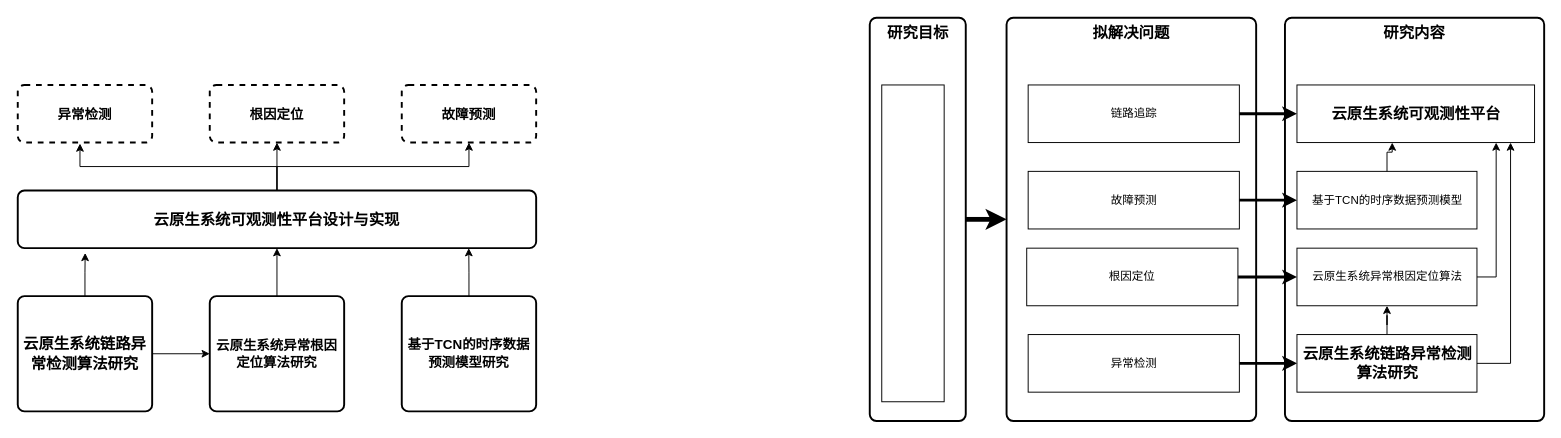
Before: page "研究框架" (11 of 11) of shrine-doc/论文相关.drawio in easefulfil/CLOUDCARE, a draw.io diagram. Source tidied: cells renumbered, new cells numbered last; positions are measured from the earlier drawing's top-left corner, leaving out a move shared by most shapes. Both pictures are drawn from the tidied source at 96%, with x=0, y=0 at pixel (17, 17).
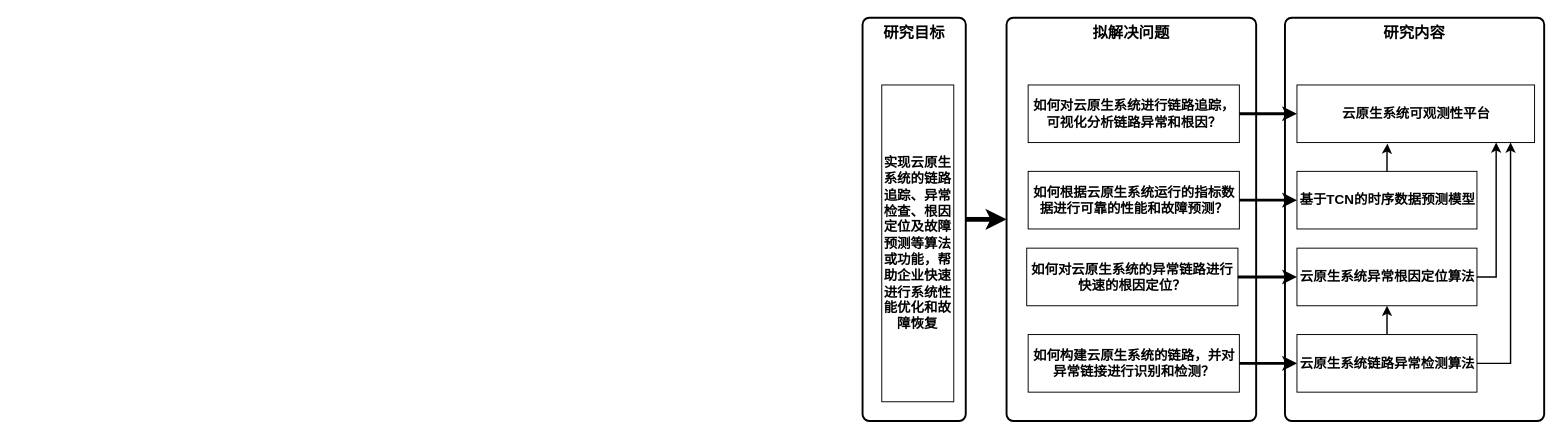
Above is the later version.

Commit message:
更新论文相关.drawio

The edit, as a diff of the source:
```diff
@@
-    <mxCell id="2" style="edgeStyle=orthogonalEdgeStyle;rounded=0;jettySize=auto;html=1;entryX=0;entryY=0.5;entryDx=0;entryDy=0;fontStyle=1;" parent="1" edge="1" source="3" target="5">
-      <mxGeometry relative="1" as="geometry" />
-    </mxCell>
-    <mxCell id="3" value="&lt;a style=&quot;border-color: var(--border-color); font-size: medium; text-align: start;&quot; name=&quot;_Toc151924756&quot;&gt;云原生系统链路异常检测算法研究&lt;/a&gt;" style="rounded=1;whiteSpace=wrap;html=1;absoluteArcSize=1;arcSize=14;strokeWidth=2;fontSize=14;fontStyle=1;" parent="1" vertex="1">
-      <mxGeometry y="290" width="140" height="120" as="geometry" />
-    </mxCell>
-    <mxCell id="4" style="edgeStyle=orthogonalEdgeStyle;rounded=0;jettySize=auto;html=1;fontStyle=1;" parent="1" edge="1" source="5" target="10">
-      <mxGeometry relative="1" as="geometry" />
-    </mxCell>
-    <mxCell id="5" value="云原生系统异常根因定位算法研究" style="rounded=1;whiteSpace=wrap;html=1;absoluteArcSize=1;arcSize=14;strokeWidth=2;fontSize=14;fontStyle=1;" parent="1" vertex="1">
-      <mxGeometry x="200" y="290" width="140" height="120" as="geometry" />
-    </mxCell>
-    <mxCell id="6" style="edgeStyle=orthogonalEdgeStyle;rounded=0;jettySize=auto;html=1;entryX=0.87;entryY=1;entryDx=0;entryDy=0;entryPerimeter=0;fontStyle=1;" parent="1" edge="1" source="7" target="10">
-      <mxGeometry relative="1" as="geometry" />
-    </mxCell>
-    <mxCell id="7" value="基于TCN的时序数据预测模型研究&lt;span style=&quot;font-size: medium; text-align: start;&quot;&gt;&lt;/span&gt;" style="rounded=1;whiteSpace=wrap;html=1;absoluteArcSize=1;arcSize=14;strokeWidth=2;fontSize=14;fontStyle=1;" parent="1" vertex="1">
-      <mxGeometry x="400" y="290" width="140" height="120" as="geometry" />
-    </mxCell>
-    <mxCell id="8" style="edgeStyle=orthogonalEdgeStyle;rounded=0;jettySize=auto;html=1;fontStyle=1;" parent="1" edge="1" source="10" target="11">
-      <mxGeometry relative="1" as="geometry" />
-    </mxCell>
-    <mxCell id="9" style="edgeStyle=orthogonalEdgeStyle;rounded=0;jettySize=auto;html=1;entryX=0.5;entryY=1;entryDx=0;entryDy=0;fontStyle=1;" parent="1" edge="1" source="10" target="13">
-      <mxGeometry relative="1" as="geometry" />
-    </mxCell>
-    <mxCell id="10" value="&lt;a style=&quot;font-size: medium; text-align: start;&quot; name=&quot;_Toc151924756&quot;&gt;云原生系统可观测性平台设计与实现&lt;br&gt;&lt;/a&gt;&lt;span style=&quot;font-size: medium; text-align: start;&quot;&gt;&lt;/span&gt;" style="rounded=1;whiteSpace=wrap;html=1;absoluteArcSize=1;arcSize=14;strokeWidth=2;fontSize=14;fontStyle=1;" parent="1" vertex="1">
-      <mxGeometry y="180" width="540" height="60" as="geometry" />
-    </mxCell>
-    <mxCell id="11" value="根因定位&lt;span style=&quot;font-size: medium; text-align: start;&quot;&gt;&lt;/span&gt;" style="rounded=1;whiteSpace=wrap;html=1;absoluteArcSize=1;arcSize=14;strokeWidth=2;fontSize=14;fontStyle=1;dashed=1;" parent="1" vertex="1">
-      <mxGeometry x="200" y="70" width="140" height="60" as="geometry" />
-    </mxCell>
-    <mxCell id="12" value="异常检测&lt;span style=&quot;font-size: medium; text-align: start;&quot;&gt;&lt;/span&gt;" style="rounded=1;whiteSpace=wrap;html=1;absoluteArcSize=1;arcSize=14;strokeWidth=2;fontSize=14;fontStyle=1;dashed=1;" parent="1" vertex="1">
-      <mxGeometry y="70" width="140" height="60" as="geometry" />
-    </mxCell>
-    <mxCell id="13" value="故障预测&lt;span style=&quot;font-size: medium; text-align: start;&quot;&gt;&lt;/span&gt;" style="rounded=1;whiteSpace=wrap;html=1;absoluteArcSize=1;arcSize=14;strokeWidth=2;fontSize=14;fontStyle=1;dashed=1;" parent="1" vertex="1">
-      <mxGeometry x="400" y="70" width="140" height="60" as="geometry" />
-    </mxCell>
-    <mxCell id="14" style="edgeStyle=orthogonalEdgeStyle;rounded=0;jettySize=auto;html=1;entryX=0.13;entryY=1.083;entryDx=0;entryDy=0;entryPerimeter=0;fontStyle=1;" parent="1" edge="1" source="3" target="10">
-      <mxGeometry relative="1" as="geometry" />
-    </mxCell>
-    <mxCell id="15" style="edgeStyle=orthogonalEdgeStyle;rounded=0;jettySize=auto;html=1;entryX=0.463;entryY=1.017;entryDx=0;entryDy=0;entryPerimeter=0;fontStyle=1;" parent="1" edge="1" source="10" target="12">
-      <mxGeometry relative="1" as="geometry" />
-    </mxCell>
@@
     <mxCell id="17" value="&lt;div style=&quot;text-align: start;&quot;&gt;&lt;span style=&quot;background-color: initial;&quot;&gt;&lt;font size=&quot;3&quot;&gt;研究目标&lt;/font&gt;&lt;/span&gt;&lt;/div&gt;" style="rounded=1;whiteSpace=wrap;html=1;absoluteArcSize=1;arcSize=14;strokeWidth=2;fontSize=14;fontStyle=1;verticalAlign=top;" parent="1" vertex="1">
-      <mxGeometry x="887.5" width="100" height="420" as="geometry" />
+      <mxGeometry x="880" width="107.5" height="420" as="geometry" />
     </mxCell>
-    <mxCell id="18" style="rounded=0;whiteSpace=wrap;html=1;" parent="1" vertex="1">
-      <mxGeometry x="900" y="70" width="65" height="330" as="geometry" />
+    <mxCell id="18" value="&lt;font style=&quot;font-size: 14px;&quot;&gt;&lt;b&gt;&lt;span style=&quot;text-align: start; font-family: 仿宋_GB2312; font-size: 14px;&quot;&gt;实现云原生系统的&lt;/span&gt;&lt;span style=&quot;text-align: start; font-family: 仿宋_GB2312; font-size: 14px;&quot;&gt;链路追踪、异常检查、根因定位及故障预测等算法或功能，帮助&lt;/span&gt;&lt;span style=&quot;text-align: start; font-size: 14px;&quot;&gt;&lt;/span&gt;企业快速进行系统性能优化和故障恢复&lt;br style=&quot;font-size: 14px;&quot;&gt;&lt;/b&gt;&lt;/font&gt;&lt;span style=&quot;font-size: 14px; text-align: start;&quot;&gt;&lt;/span&gt;" style="rounded=0;whiteSpace=wrap;html=1;fontSize=14;" parent="1" vertex="1">
+      <mxGeometry x="900" y="70" width="75" height="330" as="geometry" />
     </mxCell>
@@
-    <mxCell id="20" value="链路追踪" style="rounded=0;whiteSpace=wrap;html=1;" parent="1" vertex="1">
+    <mxCell id="20" value="如何对云原生系统进行链路追踪，可视化分析链路异常和根因？" style="rounded=0;whiteSpace=wrap;html=1;fontStyle=1;fontSize=14;" parent="1" vertex="1">
       <mxGeometry x="1052.5" y="70" width="220" height="60" as="geometry" />
     </mxCell>
-    <mxCell id="21" value="故障预测" style="rounded=0;whiteSpace=wrap;html=1;" parent="1" vertex="1">
+    <mxCell id="21" value="如何根据云原生系统运行的指标数据进行可靠的性能和故障预测？" style="rounded=0;whiteSpace=wrap;html=1;fontStyle=1;fontSize=14;" parent="1" vertex="1">
       <mxGeometry x="1052.5" y="160" width="220" height="60" as="geometry" />
     </mxCell>
-    <mxCell id="22" value="根因定位" style="rounded=0;whiteSpace=wrap;html=1;" parent="1" vertex="1">
+    <mxCell id="22" value="如何对云原生系统的异常链路进行快速的根因定位？" style="rounded=0;whiteSpace=wrap;html=1;fontStyle=1;fontSize=14;" parent="1" vertex="1">
       <mxGeometry x="1051" y="240" width="220" height="60" as="geometry" />
     </mxCell>
-    <mxCell id="23" value="异常检测" style="rounded=0;whiteSpace=wrap;html=1;" parent="1" vertex="1">
+    <mxCell id="23" value="如何构建云原生系统的链路，并对异常链接进行识别和检测？" style="rounded=0;whiteSpace=wrap;html=1;fontStyle=1;fontSize=14;" parent="1" vertex="1">
       <mxGeometry x="1052.5" y="330" width="220" height="60" as="geometry" />
     </mxCell>
@@
-    <mxCell id="25" value="&lt;a style=&quot;border-color: var(--border-color); font-weight: 700; font-size: medium; text-align: start;&quot; name=&quot;_Toc151924756&quot;&gt;云原生系统可观测性平台&lt;br style=&quot;border-color: var(--border-color);&quot;&gt;&lt;/a&gt;" style="rounded=0;whiteSpace=wrap;html=1;" parent="1" vertex="1">
+    <mxCell id="25" value="&lt;a style=&quot;border-color: var(--border-color); text-align: start; font-size: 14px;&quot; name=&quot;_Toc151924756&quot;&gt;&lt;font style=&quot;font-size: 14px;&quot;&gt;云原生系统可观测性平台&lt;/font&gt;&lt;br style=&quot;border-color: var(--border-color); font-size: 14px;&quot;&gt;&lt;/a&gt;" style="rounded=0;whiteSpace=wrap;html=1;fontStyle=1;fontSize=14;" parent="1" vertex="1">
       <mxGeometry x="1332.5" y="70" width="247.5" height="60" as="geometry" />
     </mxCell>
-    <mxCell id="26" value="云原生系统异常根因定位算法" style="rounded=0;whiteSpace=wrap;html=1;" parent="1" vertex="1">
+    <mxCell id="26" value="云原生系统异常根因定位算法" style="rounded=0;whiteSpace=wrap;html=1;fontStyle=1;fontSize=14;" parent="1" vertex="1">
       <mxGeometry x="1332.5" y="240" width="187.5" height="60" as="geometry" />
     </mxCell>
-    <mxCell id="27" style="edgeStyle=orthogonalEdgeStyle;rounded=0;jettySize=auto;html=1;" parent="1" edge="1" source="28" target="26">
+    <mxCell id="27" style="edgeStyle=orthogonalEdgeStyle;rounded=0;jettySize=auto;html=1;strokeWidth=1.5;fontStyle=1;fontSize=14;" parent="1" edge="1" source="28" target="26">
       <mxGeometry relative="1" as="geometry" />
     </mxCell>
-    <mxCell id="28" value="&lt;a style=&quot;border-color: var(--border-color); font-weight: 700; font-size: medium; text-align: start;&quot; name=&quot;_Toc151924756&quot;&gt;云原生系统链路异常检测算法研究&lt;/a&gt;" style="rounded=0;whiteSpace=wrap;html=1;" parent="1" vertex="1">
+    <mxCell id="28" value="&lt;a style=&quot;border-color: var(--border-color); text-align: start; font-size: 14px;&quot; name=&quot;_Toc151924756&quot;&gt;&lt;font style=&quot;font-size: 14px;&quot;&gt;云原生系统链路异常检测算法&lt;/font&gt;&lt;/a&gt;" style="rounded=0;whiteSpace=wrap;html=1;fontStyle=1;fontSize=14;" parent="1" vertex="1">
       <mxGeometry x="1332.5" y="330" width="187.5" height="60" as="geometry" />
     </mxCell>
-    <mxCell id="29" style="edgeStyle=orthogonalEdgeStyle;rounded=0;jettySize=auto;html=1;entryX=0;entryY=0.5;entryDx=0;entryDy=0;strokeWidth=3;" parent="1" edge="1" source="20" target="25">
+    <mxCell id="29" style="edgeStyle=orthogonalEdgeStyle;rounded=0;jettySize=auto;html=1;entryX=0;entryY=0.5;entryDx=0;entryDy=0;strokeWidth=3;fontStyle=1;fontSize=14;" parent="1" edge="1" source="20" target="25">
       <mxGeometry relative="1" as="geometry" />
     </mxCell>
-    <mxCell id="30" style="edgeStyle=orthogonalEdgeStyle;rounded=0;jettySize=auto;html=1;" parent="1" edge="1" source="26">
+    <mxCell id="30" style="edgeStyle=orthogonalEdgeStyle;rounded=0;jettySize=auto;html=1;strokeWidth=1.5;fontStyle=1;fontSize=14;" parent="1" edge="1" source="26">
       <mxGeometry relative="1" as="geometry">
         <mxPoint x="1540" y="130" as="targetPoint" />
         <Array as="points">
           <mxPoint x="1540" y="270" />
           <mxPoint x="1540" y="133" />
         </Array>
       </mxGeometry>
     </mxCell>
-    <mxCell id="31" style="edgeStyle=orthogonalEdgeStyle;rounded=0;jettySize=auto;html=1;" parent="1" edge="1" source="28">
+    <mxCell id="31" style="edgeStyle=orthogonalEdgeStyle;rounded=0;jettySize=auto;html=1;strokeWidth=1.5;fontStyle=1;fontSize=14;" parent="1" edge="1" source="28">
       <mxGeometry relative="1" as="geometry">
         <mxPoint x="1555" y="130" as="targetPoint" />
         <Array as="points">
           <mxPoint x="1555" y="360" />
         </Array>
       </mxGeometry>
     </mxCell>
-    <mxCell id="32" value="基于TCN的时序数据预测模型" style="rounded=0;whiteSpace=wrap;html=1;" parent="1" vertex="1">
+    <mxCell id="32" value="基于TCN的时序数据预测模型" style="rounded=0;whiteSpace=wrap;html=1;fontStyle=1;fontSize=14;" parent="1" vertex="1">
       <mxGeometry x="1332.5" y="160" width="187.5" height="60" as="geometry" />
     </mxCell>
-    <mxCell id="33" style="edgeStyle=orthogonalEdgeStyle;rounded=0;jettySize=auto;html=1;entryX=0.401;entryY=1;entryDx=0;entryDy=0;entryPerimeter=0;" parent="1" edge="1" source="32" target="25">
-      <mxGeometry relative="1" as="geometry" />
-    </mxCell>
-    <mxCell id="34" style="edgeStyle=orthogonalEdgeStyle;rounded=0;jettySize=auto;html=1;entryX=0;entryY=0.5;entryDx=0;entryDy=0;strokeWidth=3;" parent="1" edge="1" source="21" target="32">
+    <mxCell id="34" style="edgeStyle=orthogonalEdgeStyle;rounded=0;jettySize=auto;html=1;entryX=0;entryY=0.5;entryDx=0;entryDy=0;strokeWidth=3;fontStyle=1;fontSize=14;" parent="1" edge="1" source="21" target="32">
       <mxGeometry relative="1" as="geometry" />
     </mxCell>
-    <mxCell id="35" style="edgeStyle=orthogonalEdgeStyle;rounded=0;jettySize=auto;html=1;entryX=0;entryY=0.5;entryDx=0;entryDy=0;strokeWidth=3;" parent="1" edge="1" source="22" target="26">
+    <mxCell id="35" style="edgeStyle=orthogonalEdgeStyle;rounded=0;jettySize=auto;html=1;entryX=0;entryY=0.5;entryDx=0;entryDy=0;strokeWidth=3;fontStyle=1;fontSize=14;" parent="1" edge="1" source="22" target="26">
       <mxGeometry relative="1" as="geometry" />
     </mxCell>
-    <mxCell id="36" style="edgeStyle=orthogonalEdgeStyle;rounded=0;jettySize=auto;html=1;strokeWidth=3;" parent="1" edge="1" source="23" target="28">
+    <mxCell id="36" style="edgeStyle=orthogonalEdgeStyle;rounded=0;jettySize=auto;html=1;strokeWidth=3;fontStyle=1;fontSize=14;" parent="1" edge="1" source="23" target="28">
       <mxGeometry relative="1" as="geometry" />
     </mxCell>
+    <mxCell id="33" style="edgeStyle=orthogonalEdgeStyle;rounded=0;jettySize=auto;html=1;entryX=0.381;entryY=1.018;entryDx=0;entryDy=0;entryPerimeter=0;strokeWidth=1.5;fontStyle=1;fontSize=14;" parent="1" edge="1" source="32" target="25">
+      <mxGeometry relative="1" as="geometry" />
+    </mxCell>
```
